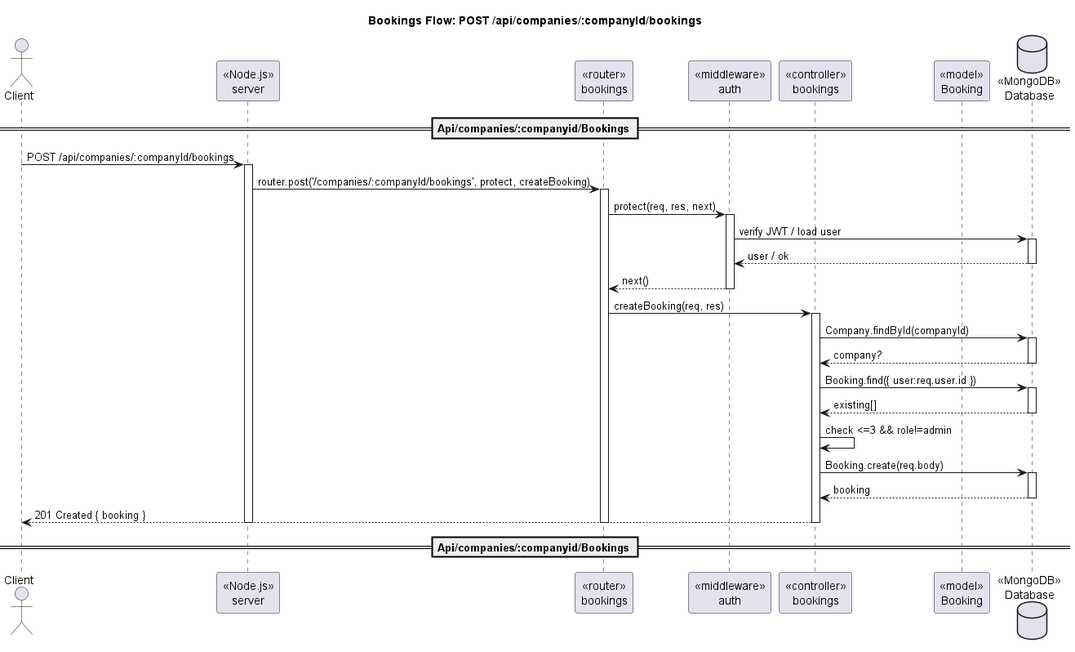
This is out/docs/diagram/sequence/seq_companies_companyId_bookings_post.png from 098ff/ArtmaybeDEV, a PlantUML export, as it was before one commit.
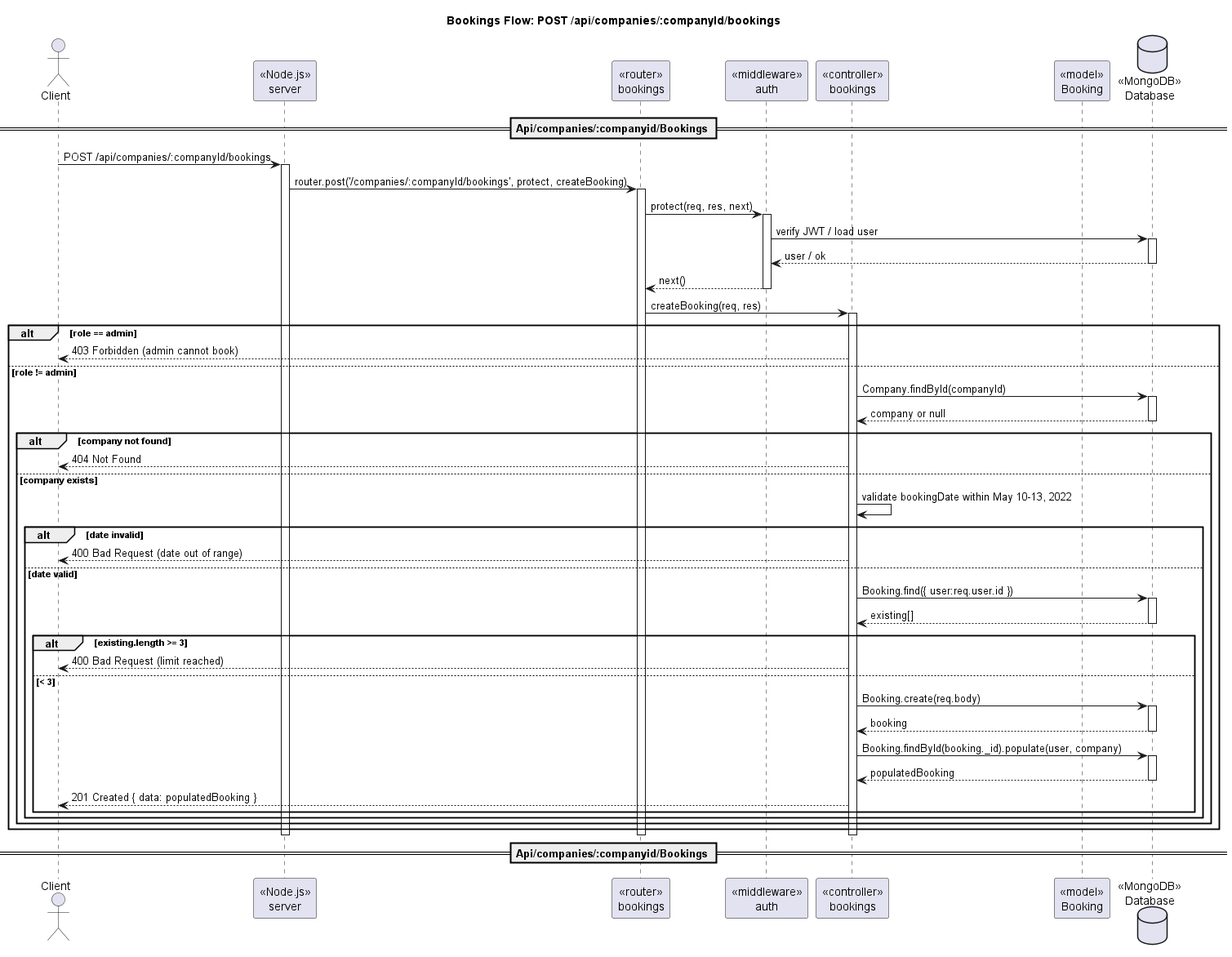
After the commit.

The edit, as a diff of the source:
```diff
@@ -23,20 +23,40 @@
 deactivate AuthMW
 Router -> Ctrl : createBooking(req, res)
 activate Ctrl
-Ctrl -> DB : Company.findById(companyId)
-activate DB
-DB --> Ctrl : company?
-deactivate DB
-Ctrl -> DB : Booking.find({ user:req.user.id })
-activate DB
-DB --> Ctrl : existing[]
-deactivate DB
-Ctrl -> Ctrl : check <=3 && role!=admin
-Ctrl -> DB : Booking.create(req.body)
-activate DB
-DB --> Ctrl : booking
-deactivate DB
-Ctrl --> Client : 201 Created { booking }
+alt role == admin
+  Ctrl --> Client : 403 Forbidden (admin cannot book)
+else role != admin
+  Ctrl -> DB : Company.findById(companyId)
+  activate DB
+  DB --> Ctrl : company or null
+  deactivate DB
+  alt company not found
+    Ctrl --> Client : 404 Not Found
+  else company exists
+    Ctrl -> Ctrl : validate bookingDate within May 10-13, 2022
+    alt date invalid
+      Ctrl --> Client : 400 Bad Request (date out of range)
+    else date valid
+      Ctrl -> DB : Booking.find({ user:req.user.id })
+      activate DB
+      DB --> Ctrl : existing[]
+      deactivate DB
+      alt existing.length >= 3
+        Ctrl --> Client : 400 Bad Request (limit reached)
+      else < 3
+        Ctrl -> DB : Booking.create(req.body)
+        activate DB
+        DB --> Ctrl : booking
+        deactivate DB
+        Ctrl -> DB : Booking.findById(booking._id).populate(user, company)
+        activate DB
+        DB --> Ctrl : populatedBooking
+        deactivate DB
+        Ctrl --> Client : 201 Created { data: populatedBooking }
+      end
+    end
+  end
+end
 deactivate Ctrl
 deactivate Router
 deactivate Server
```
